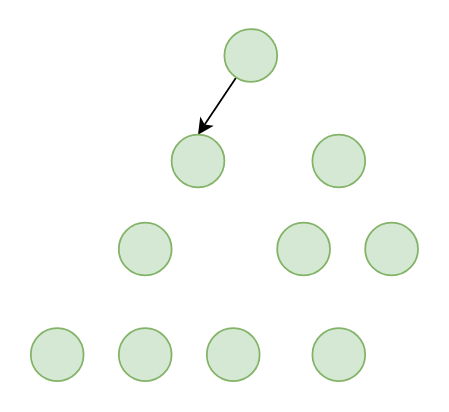
Above: Untitled Diagram.drawio in pandongfeng/diligence (draw.io), before the change. Source tidied: cells renumbered, new cells numbered last; positions are measured from the earlier drawing's top-left corner, leaving out a move shared by most shapes. Both pictures are drawn from the tidied source at 176%, with x=0, y=0 at pixel (30, 28).
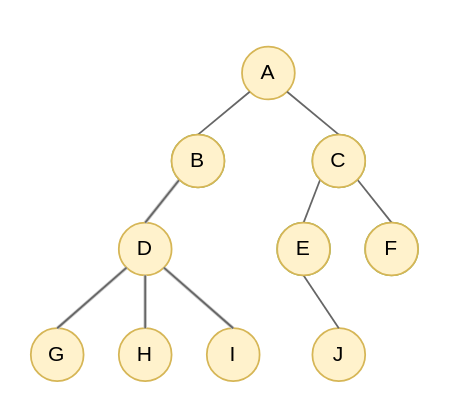
Above is the later version.

Unchanged cells that the change refers to:
```xml
<mxCell id="2" style="ellipse;whiteSpace=wrap;html=1;fillColor=#d5e8d4;strokeColor=#82b366;" parent="1" vertex="1">
  <mxGeometry x="160" y="60" width="30" height="30" as="geometry" />
</mxCell>
<mxCell id="6" style="ellipse;whiteSpace=wrap;html=1;fillColor=#d5e8d4;strokeColor=#82b366;" parent="1" vertex="1">
  <mxGeometry x="80" y="60" width="30" height="30" as="geometry" />
</mxCell>
<mxCell id="9" style="ellipse;whiteSpace=wrap;html=1;fillColor=#d5e8d4;strokeColor=#82b366;" parent="1" vertex="1">
  <mxGeometry x="190" y="110" width="30" height="30" as="geometry" />
</mxCell>
<mxCell id="10" style="ellipse;whiteSpace=wrap;html=1;fillColor=#d5e8d4;strokeColor=#82b366;" parent="1" vertex="1">
  <mxGeometry x="140" y="110" width="30" height="30" as="geometry" />
</mxCell>
```

The edit, as a diff of the source:
```diff
@@
-    <mxCell id="3" style="ellipse;whiteSpace=wrap;html=1;fillColor=#d5e8d4;strokeColor=#82b366;" parent="1" vertex="1">
+    <mxCell id="3" value="D" style="ellipse;whiteSpace=wrap;html=1;fillColor=#fff2cc;strokeColor=#d6b656;" parent="1" vertex="1">
       <mxGeometry x="50" y="110" width="30" height="30" as="geometry" />
     </mxCell>
-    <mxCell id="4" style="edgeStyle=none;rounded=0;jettySize=auto;html=1;entryX=0.5;entryY=0;entryDx=0;entryDy=0;" parent="1" edge="1" source="5" target="6">
-      <mxGeometry relative="1" as="geometry" />
-    </mxCell>
-    <mxCell id="5" style="ellipse;whiteSpace=wrap;html=1;fillColor=#d5e8d4;strokeColor=#82b366;" parent="1" vertex="1">
-      <mxGeometry x="110" width="30" height="30" as="geometry" />
+    <mxCell id="5" value="A" style="ellipse;whiteSpace=wrap;html=1;fillColor=#fff2cc;strokeColor=#d6b656;" parent="1" vertex="1">
+      <mxGeometry x="120" y="10" width="30" height="30" as="geometry" />
     </mxCell>
@@
-    <mxCell id="7" style="ellipse;whiteSpace=wrap;html=1;fillColor=#d5e8d4;strokeColor=#82b366;" parent="1" vertex="1">
+    <mxCell id="7" value="J" style="ellipse;whiteSpace=wrap;html=1;fillColor=#fff2cc;strokeColor=#d6b656;" parent="1" vertex="1">
       <mxGeometry x="160" y="170" width="30" height="30" as="geometry" />
     </mxCell>
-    <mxCell id="8" style="ellipse;whiteSpace=wrap;html=1;fillColor=#d5e8d4;strokeColor=#82b366;" parent="1" vertex="1">
+    <mxCell id="8" value="G" style="ellipse;whiteSpace=wrap;html=1;fillColor=#fff2cc;strokeColor=#d6b656;" parent="1" vertex="1">
       <mxGeometry y="170" width="30" height="30" as="geometry" />
     </mxCell>
@@
-    <mxCell id="11" style="ellipse;whiteSpace=wrap;html=1;fillColor=#d5e8d4;strokeColor=#82b366;" parent="1" vertex="1">
+    <mxCell id="11" value="I" style="ellipse;whiteSpace=wrap;html=1;fillColor=#fff2cc;strokeColor=#d6b656;" parent="1" vertex="1">
       <mxGeometry x="100" y="170" width="30" height="30" as="geometry" />
     </mxCell>
-    <mxCell id="12" style="ellipse;whiteSpace=wrap;html=1;fillColor=#d5e8d4;strokeColor=#82b366;" parent="1" vertex="1">
+    <mxCell id="12" value="H" style="ellipse;whiteSpace=wrap;html=1;fillColor=#fff2cc;strokeColor=#d6b656;" parent="1" vertex="1">
       <mxGeometry x="50" y="170" width="30" height="30" as="geometry" />
     </mxCell>
+    <mxCell id="13" style="endArrow=none;html=1;entryX=1;entryY=1;entryDx=0;entryDy=0;exitX=0.5;exitY=0;exitDx=0;exitDy=0;strokeWidth=1;strokeColor=#666666;" parent="1" edge="1" source="2" target="5">
+      <mxGeometry relative="1" as="geometry" />
+    </mxCell>
+    <mxCell id="14" style="endArrow=none;html=1;entryX=0;entryY=1;entryDx=0;entryDy=0;exitX=0.5;exitY=0;exitDx=0;exitDy=0;strokeColor=#666666;strokeWidth=1;" parent="1" edge="1" source="6" target="5">
+      <mxGeometry relative="1" as="geometry" />
+    </mxCell>
+    <mxCell id="15" style="endArrow=none;html=1;entryX=0;entryY=1;entryDx=0;entryDy=0;exitX=0.5;exitY=0;exitDx=0;exitDy=0;strokeColor=#CCCCCC;strokeWidth=2;" parent="1" edge="1" source="3" target="6">
+      <mxGeometry relative="1" as="geometry" />
+    </mxCell>
+    <mxCell id="16" style="endArrow=none;html=1;entryX=1;entryY=1;entryDx=0;entryDy=0;exitX=0.5;exitY=0;exitDx=0;exitDy=0;strokeColor=#666666;strokeWidth=1;" parent="1" edge="1" source="9" target="2">
+      <mxGeometry relative="1" as="geometry" />
+    </mxCell>
+    <mxCell id="17" style="endArrow=none;html=1;entryX=0;entryY=1;entryDx=0;entryDy=0;exitX=0.5;exitY=0;exitDx=0;exitDy=0;strokeColor=#666666;strokeWidth=1;" parent="1" edge="1" source="10" target="2">
+      <mxGeometry relative="1" as="geometry" />
+    </mxCell>
+    <mxCell id="18" style="endArrow=none;html=1;entryX=0;entryY=1;entryDx=0;entryDy=0;exitX=0.5;exitY=0;exitDx=0;exitDy=0;strokeColor=#CCCCCC;strokeWidth=2;" parent="1" edge="1" source="8" target="3">
+      <mxGeometry relative="1" as="geometry" />
+    </mxCell>
+    <mxCell id="19" style="endArrow=none;html=1;entryX=0.5;entryY=1;entryDx=0;entryDy=0;strokeColor=#CCCCCC;strokeWidth=2;" parent="1" edge="1" source="12" target="3">
+      <mxGeometry relative="1" as="geometry" />
+    </mxCell>
+    <mxCell id="20" style="endArrow=none;html=1;entryX=1;entryY=1;entryDx=0;entryDy=0;exitX=0.5;exitY=0;exitDx=0;exitDy=0;strokeColor=#CCCCCC;strokeWidth=2;" parent="1" edge="1" source="11" target="3">
+      <mxGeometry relative="1" as="geometry" />
+    </mxCell>
+    <mxCell id="21" style="endArrow=none;html=1;entryX=0.5;entryY=1;entryDx=0;entryDy=0;exitX=0.5;exitY=0;exitDx=0;exitDy=0;strokeColor=#666666;strokeWidth=1;" parent="1" edge="1" source="7" target="10">
+      <mxGeometry relative="1" as="geometry" />
+    </mxCell>
+    <mxCell id="22" style="endArrow=none;html=1;entryX=0;entryY=1;entryDx=0;entryDy=0;exitX=0.5;exitY=0;exitDx=0;exitDy=0;strokeColor=#666666;strokeWidth=1;" parent="1" edge="1">
+      <mxGeometry relative="1" as="geometry">
+        <mxPoint x="65" y="110" as="sourcePoint" />
+        <mxPoint x="84.4" y="85.6" as="targetPoint" />
+      </mxGeometry>
+    </mxCell>
+    <mxCell id="23" style="endArrow=none;html=1;entryX=0;entryY=1;entryDx=0;entryDy=0;exitX=0.5;exitY=0;exitDx=0;exitDy=0;strokeColor=#666666;strokeWidth=1;" parent="1" edge="1">
+      <mxGeometry relative="1" as="geometry">
+        <mxPoint x="15" y="170" as="sourcePoint" />
+        <mxPoint x="54.4" y="135.6" as="targetPoint" />
+      </mxGeometry>
+    </mxCell>
+    <mxCell id="24" style="endArrow=none;html=1;entryX=0.5;entryY=1;entryDx=0;entryDy=0;strokeColor=#666666;strokeWidth=1;" parent="1" edge="1">
+      <mxGeometry relative="1" as="geometry">
+        <mxPoint x="65" y="170" as="sourcePoint" />
+        <mxPoint x="65" y="140" as="targetPoint" />
+      </mxGeometry>
+    </mxCell>
+    <mxCell id="25" style="endArrow=none;html=1;entryX=1;entryY=1;entryDx=0;entryDy=0;exitX=0.5;exitY=0;exitDx=0;exitDy=0;strokeColor=#666666;strokeWidth=1;" parent="1" edge="1">
+      <mxGeometry relative="1" as="geometry">
+        <mxPoint x="115" y="170" as="sourcePoint" />
+        <mxPoint x="75.6" y="135.6" as="targetPoint" />
+      </mxGeometry>
+    </mxCell>
+    <mxCell id="26" value="B" style="ellipse;whiteSpace=wrap;html=1;fillColor=#fff2cc;strokeColor=#d6b656;" parent="1" vertex="1">
+      <mxGeometry x="80" y="60" width="30" height="30" as="geometry" />
+    </mxCell>
+    <mxCell id="27" value="C" style="ellipse;whiteSpace=wrap;html=1;fillColor=#fff2cc;strokeColor=#d6b656;" parent="1" vertex="1">
+      <mxGeometry x="160" y="60" width="30" height="30" as="geometry" />
+    </mxCell>
+    <mxCell id="28" value="E" style="ellipse;whiteSpace=wrap;html=1;fillColor=#fff2cc;strokeColor=#d6b656;" parent="1" vertex="1">
+      <mxGeometry x="140" y="110" width="30" height="30" as="geometry" />
+    </mxCell>
+    <mxCell id="29" value="F" style="ellipse;whiteSpace=wrap;html=1;fillColor=#fff2cc;strokeColor=#d6b656;" parent="1" vertex="1">
+      <mxGeometry x="190" y="110" width="30" height="30" as="geometry" />
+    </mxCell>
```
